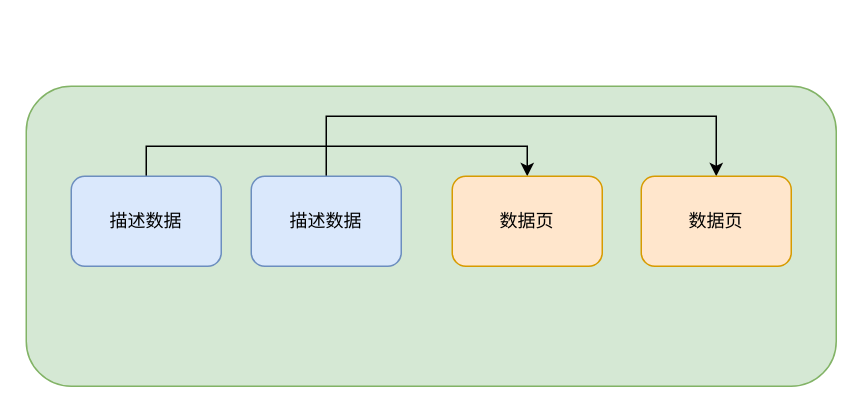
Above: mysql/buffer pool结构.drawio in erlieStar/diagrams (draw.io), before the change. Source tidied: cells renumbered, new cells numbered last; positions are measured from the earlier drawing's top-left corner, leaving out a move shared by most shapes. Both pictures are drawn from the tidied source at 150%, with x=0, y=0 at pixel (26, 86).
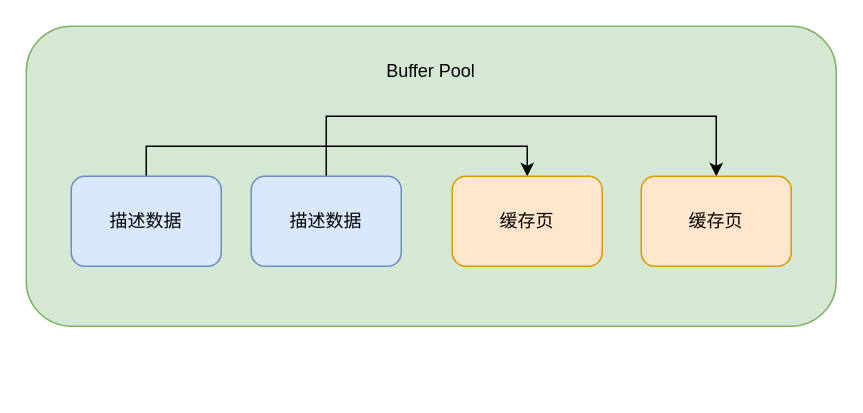
The same diagram, later.

The edit, as a diff of the source:
```diff
@@
 <mxGraphModel>
   <root>
     <mxCell id="0" />
     <mxCell id="1" parent="0" />
     <mxCell id="2" style="rounded=1;whiteSpace=wrap;html=1;fillColor=#d5e8d4;strokeColor=#82b366;" parent="1" vertex="1">
-      <mxGeometry width="540" height="200" as="geometry" />
+      <mxGeometry y="-40" width="540" height="200" as="geometry" />
     </mxCell>
     <mxCell id="3" style="edgeStyle=orthogonalEdgeStyle;rounded=0;jettySize=auto;html=1;exitX=0.5;exitY=0;exitDx=0;exitDy=0;entryX=0.5;entryY=0;entryDx=0;entryDy=0;" parent="1" edge="1" source="4" target="7">
       <mxGeometry relative="1" as="geometry" />
     </mxCell>
     <mxCell id="4" value="描述数据" style="rounded=1;whiteSpace=wrap;html=1;fillColor=#dae8fc;strokeColor=#6c8ebf;" parent="1" vertex="1">
       <mxGeometry x="30" y="60" width="100" height="60" as="geometry" />
     </mxCell>
     <mxCell id="5" style="edgeStyle=orthogonalEdgeStyle;rounded=0;jettySize=auto;html=1;exitX=0.5;exitY=0;exitDx=0;exitDy=0;entryX=0.5;entryY=0;entryDx=0;entryDy=0;" parent="1" edge="1" source="6" target="8">
       <mxGeometry relative="1" as="geometry">
         <Array as="points">
           <mxPoint x="200" y="20" />
           <mxPoint x="460" y="20" />
         </Array>
       </mxGeometry>
     </mxCell>
     <mxCell id="6" value="描述数据" style="rounded=1;whiteSpace=wrap;html=1;fillColor=#dae8fc;strokeColor=#6c8ebf;" parent="1" vertex="1">
       <mxGeometry x="150" y="60" width="100" height="60" as="geometry" />
     </mxCell>
-    <mxCell id="7" value="数据页" style="rounded=1;whiteSpace=wrap;html=1;fillColor=#ffe6cc;strokeColor=#d79b00;" parent="1" vertex="1">
+    <mxCell id="7" value="缓存页" style="rounded=1;whiteSpace=wrap;html=1;fillColor=#ffe6cc;strokeColor=#d79b00;" parent="1" vertex="1">
       <mxGeometry x="284" y="60" width="100" height="60" as="geometry" />
     </mxCell>
-    <mxCell id="8" value="数据页" style="rounded=1;whiteSpace=wrap;html=1;fillColor=#ffe6cc;strokeColor=#d79b00;" parent="1" vertex="1">
+    <mxCell id="8" value="缓存页" style="rounded=1;whiteSpace=wrap;html=1;fillColor=#ffe6cc;strokeColor=#d79b00;" parent="1" vertex="1">
       <mxGeometry x="410" y="60" width="100" height="60" as="geometry" />
     </mxCell>
+    <mxCell id="9" value="Buffer Pool" style="text;html=1;strokeColor=none;fillColor=none;align=center;verticalAlign=middle;whiteSpace=wrap;rounded=0;" parent="1" vertex="1">
+      <mxGeometry x="220" y="-20" width="100" height="20" as="geometry" />
+    </mxCell>
   </root>
 </mxGraphModel>
```
